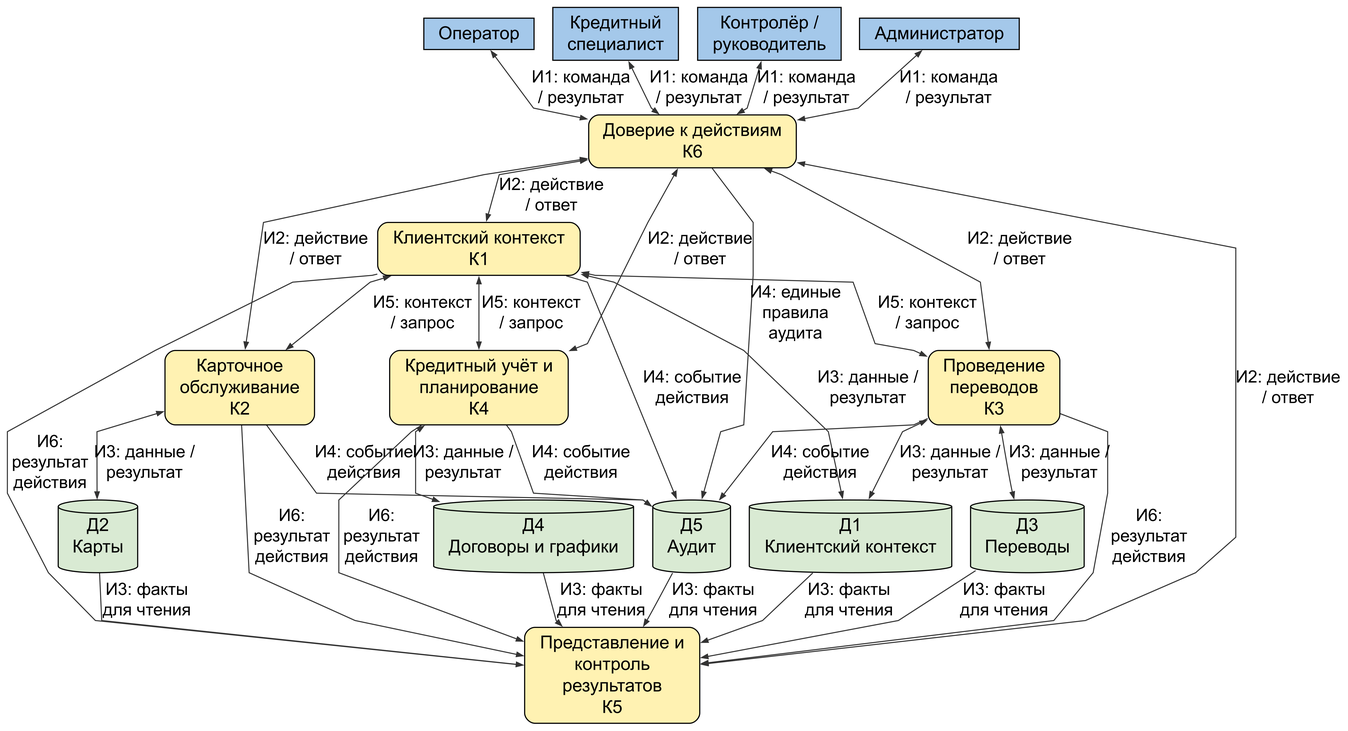
Earlier version of the Graphviz export figures/G1_architecture.png (qwertyvich/IT-project). Its source is kept beside it as figures/G1_architecture.dot.
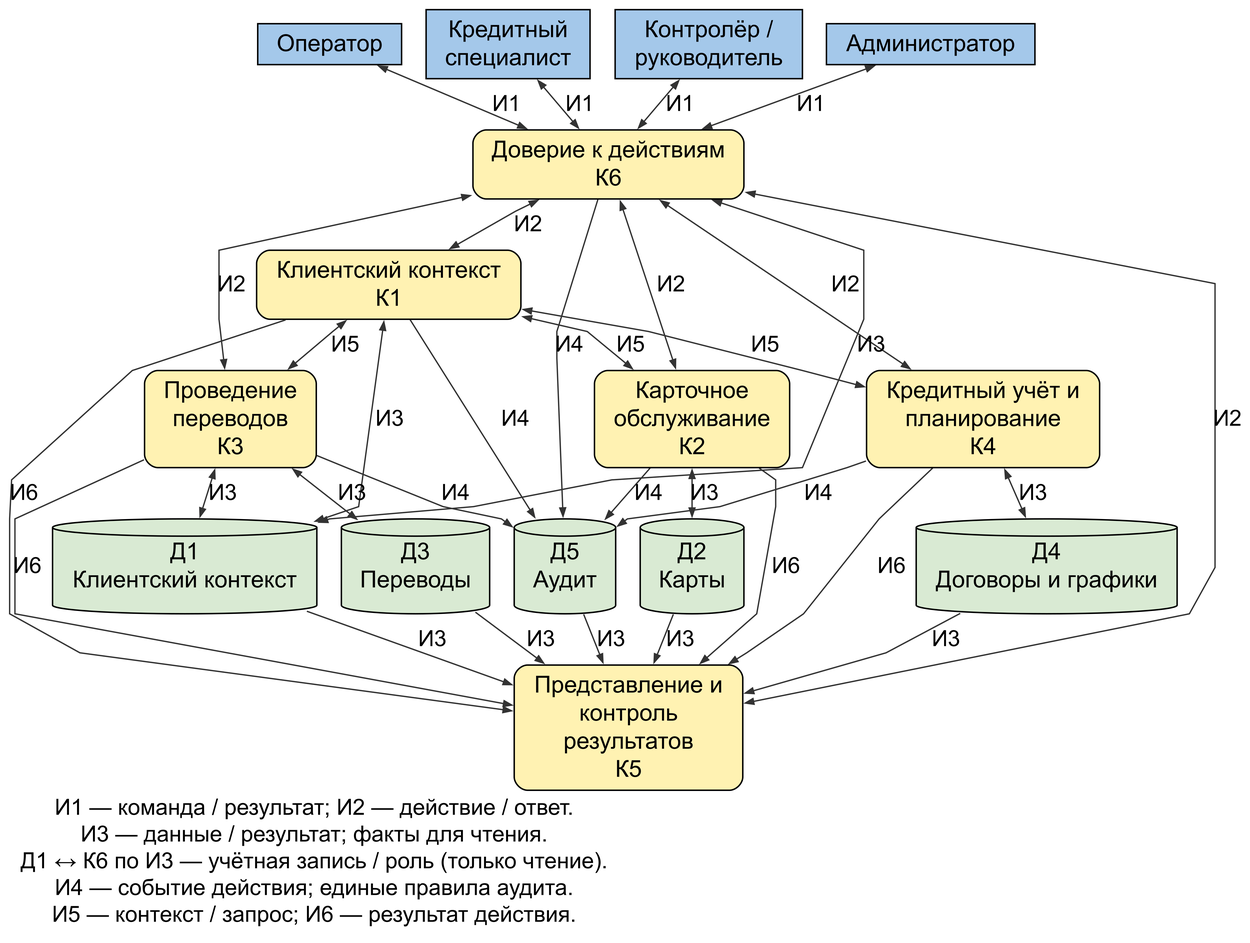
After the change.

The edit, as a diff of the source:
```diff
@@ -2,7 +2,7 @@
 graph [rankdir=TB, bgcolor="white", pad=.12, nodesep=.35, ranksep=.65, splines=polyline, outputorder=edgesfirst];
 node [fontname="Arial", fontsize=21, margin=".12,.08", penwidth=1.3];
 edge [fontname="Arial", fontsize=20, color="#333333", penwidth=1.2, arrowsize=.75];
-graph [nodesep=.3, ranksep=.2];
+graph [nodesep=.3, ranksep=.3, labelloc="b", labeljust="l", fontname="Arial", fontsize=20, label="И1 — команда / результат; И2 — действие / ответ.\nИ3 — данные / результат; факты для чтения.\nД1 ↔ К6 по И3 — учётная запись / роль (только чтение).\nИ4 — событие действия; единые правила аудита.\nИ5 — контекст / запрос; И6 — результат действия."];
 "e1" [label="Оператор", shape="box", style="filled", fillcolor="#A4C8EA", width="1.792"];
 "e2" [label="Кредитный\nспециалист", shape="box", style="filled", fillcolor="#A4C8EA", width="2.042"];
 "e3" [label="Контролёр /\nруководитель", shape="box", style="filled", fillcolor="#A4C8EA", width="2.333"];
@@ -18,35 +18,36 @@
 "Д3" [label="Д3\nПереводы", shape="cylinder", style="filled", fillcolor="#D9EAD3", width="1.847"];
 "Д4" [label="Д4\nДоговоры и графики", shape="cylinder", style="filled", fillcolor="#D9EAD3", width="3.250"];
 "Д5" [label="Д5\nАудит", shape="cylinder", style="filled", fillcolor="#D9EAD3", width="1.264"];
-e1 -> К6 [label="И1: команда\n/ результат", dir="both"];
-e2 -> К6 [label="И1: команда\n/ результат", dir="both"];
-e3 -> К6 [label="И1: команда\n/ результат", dir="both"];
-e4 -> К6 [label="И1: команда\n/ результат", dir="both"];
-К6 -> К1 [label="И2: действие\n/ ответ", dir="both"];
-К6 -> К2 [label="И2: действие\n/ ответ", dir="both"];
-К6 -> К3 [label="И2: действие\n/ ответ", dir="both"];
-К6 -> К4 [label="И2: действие\n/ ответ", dir="both"];
-К6 -> К5 [label="И2: действие\n/ ответ", dir="both"];
-К1 -> Д1 [label="И3: данные /\nрезультат", dir="both"];
-К2 -> Д2 [label="И3: данные /\nрезультат", dir="both"];
-К3 -> Д1 [label="И3: данные /\nрезультат", dir="both"];
-К3 -> Д3 [label="И3: данные /\nрезультат", dir="both"];
-К4 -> Д4 [label="И3: данные /\nрезультат", dir="both"];
-Д1 -> К5 [label="И3: факты\nдля чтения"];
-Д2 -> К5 [label="И3: факты\nдля чтения"];
-Д3 -> К5 [label="И3: факты\nдля чтения"];
-Д4 -> К5 [label="И3: факты\nдля чтения"];
-Д5 -> К5 [label="И3: факты\nдля чтения"];
-К1 -> К2 [label="И5: контекст\n/ запрос", dir="both"];
-К1 -> К3 [label="И5: контекст\n/ запрос", dir="both"];
-К1 -> К4 [label="И5: контекст\n/ запрос", dir="both"];
-К1 -> К5 [label="И6:\nрезультат\nдействия"];
-К2 -> К5 [label="И6:\nрезультат\nдействия"];
-К3 -> К5 [label="И6:\nрезультат\nдействия"];
-К4 -> К5 [label="И6:\nрезультат\nдействия"];
-К1 -> Д5 [label="И4: событие\nдействия"];
-К2 -> Д5 [label="И4: событие\nдействия"];
-К3 -> Д5 [label="И4: событие\nдействия"];
-К4 -> Д5 [label="И4: событие\nдействия"];
-К6 -> Д5 [label="И4: единые\nправила\nаудита"];
+e1 -> К6 [label="И1", dir="both"];
+e2 -> К6 [label="И1", dir="both"];
+e3 -> К6 [label="И1", dir="both"];
+e4 -> К6 [label="И1", dir="both"];
+К6 -> К1 [label="И2", dir="both"];
+К6 -> К2 [label="И2", dir="both"];
+К6 -> К3 [label="И2", dir="both"];
+К6 -> К4 [label="И2", dir="both"];
+К6 -> К5 [label="И2", dir="both"];
+К1 -> Д1 [label="И3", dir="both"];
+К2 -> Д2 [label="И3", dir="both"];
+К3 -> Д1 [label="И3", dir="both"];
+К3 -> Д3 [label="И3", dir="both"];
+К4 -> Д4 [label="И3", dir="both"];
+К6 -> Д1 [label="И3", dir="both", constraint="false"];
+Д1 -> К5 [label="И3"];
+Д2 -> К5 [label="И3"];
+Д3 -> К5 [label="И3"];
+Д4 -> К5 [label="И3"];
+Д5 -> К5 [label="И3"];
+К1 -> К2 [label="И5", dir="both"];
+К1 -> К3 [label="И5", dir="both"];
+К1 -> К4 [label="И5", dir="both"];
+К1 -> К5 [label="И6"];
+К2 -> К5 [label="И6"];
+К3 -> К5 [label="И6"];
+К4 -> К5 [label="И6"];
+К1 -> Д5 [label="И4"];
+К2 -> Д5 [label="И4"];
+К3 -> Д5 [label="И4"];
+К4 -> Д5 [label="И4"];
+К6 -> Д5 [label="И4"];
 }
```
